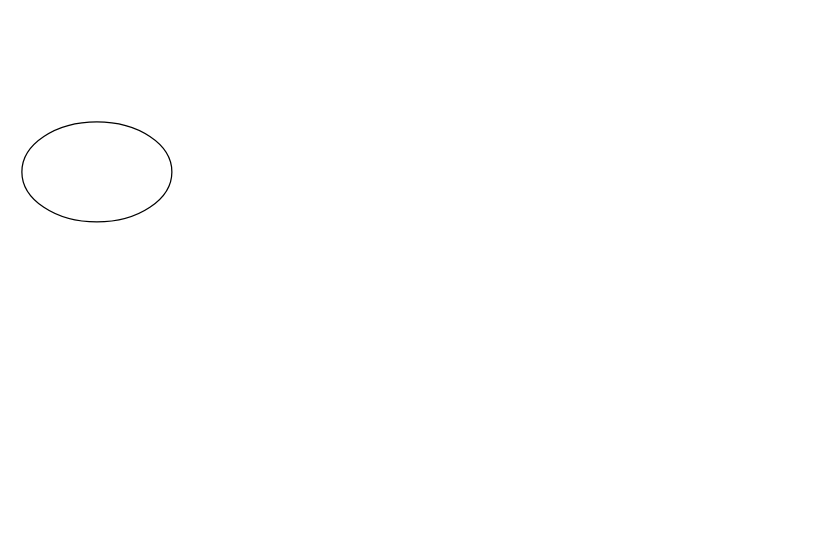
Before: C++/Fundamentals/1. Simple Calculators/3. Pool Size/swimmingPoolAreaFlowchart.drawio in darioGerussi/exploration, a draw.io diagram. Source tidied: cells renumbered, new cells numbered last; positions are measured from the earlier drawing's top-left corner, leaving out a move shared by most shapes. Both pictures are drawn from the tidied source at 125%, with x=0, y=0 at pixel (21, 121).
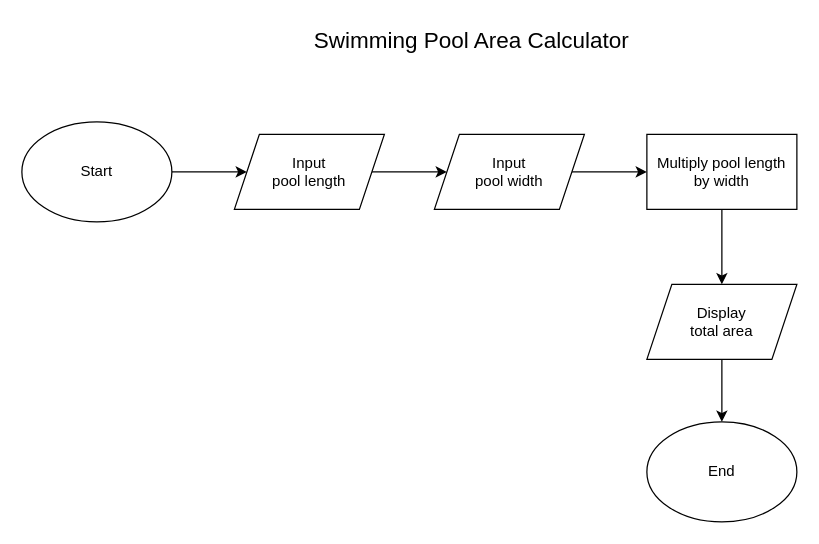
Above is the later version.

Change to the diagram source:
```diff
@@
 <mxGraphModel>
   <root>
     <mxCell id="0" />
     <mxCell id="1" parent="0" />
+    <mxCell id="3" style="edgeStyle=none;html=1;entryX=0;entryY=0.5;entryDx=0;entryDy=0;" parent="1" edge="1" source="2" target="5">
+      <mxGeometry relative="1" as="geometry" />
+    </mxCell>
-    <mxCell id="2" style="ellipse;whiteSpace=wrap;html=1;" parent="1" vertex="1">
+    <mxCell id="2" value="Start" style="ellipse;whiteSpace=wrap;html=1;" parent="1" vertex="1">
       <mxGeometry width="120" height="80" as="geometry" />
     </mxCell>
+    <mxCell id="4" style="edgeStyle=none;html=1;entryX=0;entryY=0.5;entryDx=0;entryDy=0;" parent="1" edge="1" source="5" target="7">
+      <mxGeometry relative="1" as="geometry" />
+    </mxCell>
+    <mxCell id="5" value="Input&lt;br&gt;pool length&lt;br&gt;" style="shape=parallelogram;perimeter=parallelogramPerimeter;whiteSpace=wrap;html=1;fixedSize=1;" parent="1" vertex="1">
+      <mxGeometry x="170" y="10" width="120" height="60" as="geometry" />
+    </mxCell>
+    <mxCell id="6" style="edgeStyle=none;html=1;entryX=0;entryY=0.5;entryDx=0;entryDy=0;entryPerimeter=0;" parent="1" edge="1" source="7" target="9">
+      <mxGeometry relative="1" as="geometry" />
+    </mxCell>
+    <mxCell id="7" value="Input&lt;br&gt;pool width" style="shape=parallelogram;perimeter=parallelogramPerimeter;whiteSpace=wrap;html=1;fixedSize=1;" parent="1" vertex="1">
+      <mxGeometry x="330" y="10" width="120" height="60" as="geometry" />
+    </mxCell>
+    <mxCell id="8" style="edgeStyle=none;html=1;entryX=0.5;entryY=0;entryDx=0;entryDy=0;" parent="1" edge="1" source="9" target="11">
+      <mxGeometry relative="1" as="geometry" />
+    </mxCell>
+    <mxCell id="9" value="Multiply pool length&lt;br&gt;by width" style="rounded=0;whiteSpace=wrap;html=1;" parent="1" vertex="1">
+      <mxGeometry x="500" y="10" width="120" height="60" as="geometry" />
+    </mxCell>
+    <mxCell id="10" style="edgeStyle=none;html=1;entryX=0.5;entryY=0;entryDx=0;entryDy=0;" parent="1" edge="1" source="11" target="12">
+      <mxGeometry relative="1" as="geometry" />
+    </mxCell>
+    <mxCell id="11" value="Display&lt;br&gt;total area" style="shape=parallelogram;perimeter=parallelogramPerimeter;whiteSpace=wrap;html=1;fixedSize=1;" parent="1" vertex="1">
+      <mxGeometry x="500" y="130" width="120" height="60" as="geometry" />
+    </mxCell>
+    <mxCell id="12" value="End" style="ellipse;whiteSpace=wrap;html=1;" parent="1" vertex="1">
+      <mxGeometry x="500" y="240" width="120" height="80" as="geometry" />
+    </mxCell>
+    <mxCell id="13" value="&lt;font style=&quot;font-size: 18px&quot;&gt;Swimming Pool Area Calculator&lt;/font&gt;" style="text;html=1;strokeColor=none;fillColor=none;align=center;verticalAlign=middle;whiteSpace=wrap;rounded=0;" parent="1" vertex="1">
+      <mxGeometry x="200" y="-80" width="320" height="30" as="geometry" />
+    </mxCell>
   </root>
 </mxGraphModel>
```
